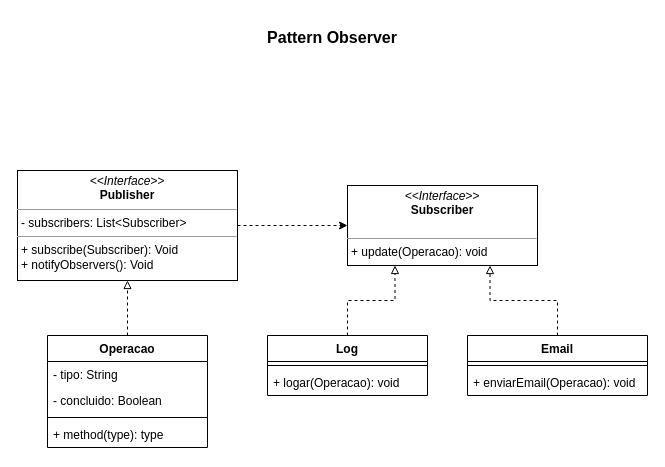
Earlier version of the draw.io diagram page "Pattern" (1 of 2) of Padrões de Pojetos/Documentos/Diagramas/Facade.drawio (hrszanini/bertoti). Source tidied: cells renumbered, new cells numbered last; positions are measured from the earlier drawing's top-left corner, leaving out a move shared by most shapes. Both pictures are drawn from the tidied source at 100%, with x=0, y=0 at pixel (17, 17).
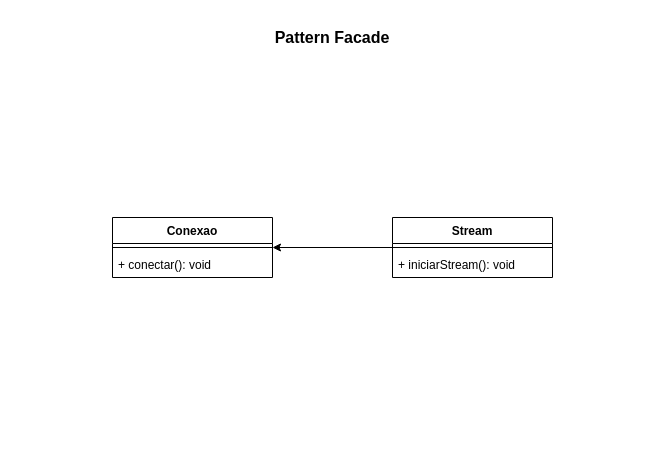
Above is the later version.

What changed in the source:
```diff
@@
 <mxGraphModel>
   <root>
     <mxCell id="0" />
     <mxCell id="1" parent="0" />
-    <mxCell id="2" style="edgeStyle=orthogonalEdgeStyle;rounded=0;jettySize=auto;html=1;endArrow=block;endFill=0;dashed=1;" parent="1" edge="1" source="3" target="9">
-      <mxGeometry relative="1" as="geometry" />
-    </mxCell>
-    <mxCell id="3" value="Operacao" style="swimlane;fontStyle=1;align=center;verticalAlign=top;horizontal=1;startSize=26;" parent="1" vertex="1">
-      <mxGeometry x="30" y="318" width="160" height="112" as="geometry" />
+    <mxCell id="3" value="Conexao" style="swimlane;fontStyle=1;align=center;verticalAlign=top;horizontal=1;startSize=26;" parent="1" vertex="1">
+      <mxGeometry x="95" y="200" width="160" height="60" as="geometry" />
     </mxCell>
-    <mxCell id="4" value="- tipo: String" style="text;strokeColor=none;fillColor=none;align=left;verticalAlign=top;spacingLeft=4;spacingRight=4;overflow=hidden;" parent="3" vertex="1">
-      <mxGeometry y="26" width="160" height="26" as="geometry" />
-    </mxCell>
-    <mxCell id="5" value="- concluido: Boolean" style="text;strokeColor=none;fillColor=none;align=left;verticalAlign=top;spacingLeft=4;spacingRight=4;overflow=hidden;" parent="3" vertex="1">
-      <mxGeometry y="52" width="160" height="26" as="geometry" />
-    </mxCell>
     <mxCell id="6" style="line;strokeWidth=1;fillColor=none;align=left;verticalAlign=middle;spacingTop=-1;spacingLeft=3;spacingRight=3;labelPosition=right;" parent="3" vertex="1">
-      <mxGeometry y="78" width="160" height="8" as="geometry" />
+      <mxGeometry y="26" width="160" height="8" as="geometry" />
     </mxCell>
-    <mxCell id="7" value="+ method(type): type" style="text;strokeColor=none;fillColor=none;align=left;verticalAlign=top;spacingLeft=4;spacingRight=4;overflow=hidden;" parent="3" vertex="1">
-      <mxGeometry y="86" width="160" height="26" as="geometry" />
+    <mxCell id="7" value="+ conectar(): void" style="text;strokeColor=none;fillColor=none;align=left;verticalAlign=top;spacingLeft=4;spacingRight=4;overflow=hidden;" parent="3" vertex="1">
+      <mxGeometry y="34" width="160" height="26" as="geometry" />
     </mxCell>
-    <mxCell id="8" style="edgeStyle=orthogonalEdgeStyle;rounded=0;jettySize=auto;html=1;endArrow=classic;endFill=1;startArrow=none;startFill=0;dashed=1;" parent="1" edge="1" source="9" target="10">
-      <mxGeometry relative="1" as="geometry" />
-    </mxCell>
-    <mxCell id="9" value="&lt;p style=&quot;margin:0px;margin-top:4px;text-align:center;&quot;&gt;&lt;i&gt;&amp;lt;&amp;lt;Interface&amp;gt;&amp;gt;&lt;/i&gt;&lt;br&gt;&lt;b&gt;Publisher&lt;/b&gt;&lt;/p&gt;&lt;hr size=&quot;1&quot;&gt;&lt;p style=&quot;margin:0px;margin-left:4px;&quot;&gt;- subscribers: List&amp;lt;Subscriber&amp;gt;&lt;br&gt;&lt;/p&gt;&lt;hr size=&quot;1&quot;&gt;&lt;p style=&quot;margin:0px;margin-left:4px;&quot;&gt;+ subscribe(Subscriber): Void&lt;br&gt;+ notifyObservers(): Void&lt;/p&gt;" style="verticalAlign=top;align=left;overflow=fill;fontSize=12;fontFamily=Helvetica;html=1;" parent="1" vertex="1">
-      <mxGeometry y="153" width="220" height="110" as="geometry" />
-    </mxCell>
-    <mxCell id="10" value="&lt;p style=&quot;margin:0px;margin-top:4px;text-align:center;&quot;&gt;&lt;i&gt;&amp;lt;&amp;lt;Interface&amp;gt;&amp;gt;&lt;/i&gt;&lt;br&gt;&lt;b&gt;Subscriber&lt;/b&gt;&lt;/p&gt;&lt;p style=&quot;margin:0px;margin-left:4px;&quot;&gt;&lt;br&gt;&lt;/p&gt;&lt;hr size=&quot;1&quot;&gt;&lt;p style=&quot;margin:0px;margin-left:4px;&quot;&gt;+ update(Operacao): void&lt;br&gt;&lt;/p&gt;" style="verticalAlign=top;align=left;overflow=fill;fontSize=12;fontFamily=Helvetica;html=1;" parent="1" vertex="1">
-      <mxGeometry x="330" y="168" width="190" height="80" as="geometry" />
-    </mxCell>
-    <mxCell id="11" style="edgeStyle=orthogonalEdgeStyle;rounded=0;jettySize=auto;html=1;endArrow=block;endFill=0;entryX=0.25;entryY=1;entryDx=0;entryDy=0;dashed=1;" parent="1" edge="1" source="12" target="10">
-      <mxGeometry relative="1" as="geometry" />
-    </mxCell>
+    <mxCell id="20" style="edgeStyle=orthogonalEdgeStyle;rounded=0;jettySize=auto;html=1;" parent="1" edge="1" source="12" target="3">
+      <mxGeometry relative="1" as="geometry" />
+    </mxCell>
-    <mxCell id="12" value="Log" style="swimlane;fontStyle=1;align=center;verticalAlign=top;horizontal=1;startSize=26;" parent="1" vertex="1">
-      <mxGeometry x="250" y="318" width="160" height="60" as="geometry" />
+    <mxCell id="12" value="Stream" style="swimlane;fontStyle=1;align=center;verticalAlign=top;horizontal=1;startSize=26;" parent="1" vertex="1">
+      <mxGeometry x="375" y="200" width="160" height="60" as="geometry" />
     </mxCell>
     <mxCell id="13" style="line;strokeWidth=1;fillColor=none;align=left;verticalAlign=middle;spacingTop=-1;spacingLeft=3;spacingRight=3;labelPosition=right;" parent="12" vertex="1">
       <mxGeometry y="26" width="160" height="8" as="geometry" />
     </mxCell>
-    <mxCell id="14" value="+ logar(Operacao): void" style="text;strokeColor=none;fillColor=none;align=left;verticalAlign=top;spacingLeft=4;spacingRight=4;overflow=hidden;" parent="12" vertex="1">
+    <mxCell id="14" value="+ iniciarStream(): void" style="text;strokeColor=none;fillColor=none;align=left;verticalAlign=top;spacingLeft=4;spacingRight=4;overflow=hidden;" parent="12" vertex="1">
       <mxGeometry y="34" width="160" height="26" as="geometry" />
     </mxCell>
-    <mxCell id="15" style="edgeStyle=orthogonalEdgeStyle;rounded=0;jettySize=auto;html=1;endArrow=block;endFill=0;entryX=0.75;entryY=1;entryDx=0;entryDy=0;dashed=1;" parent="1" edge="1" source="16" target="10">
-      <mxGeometry relative="1" as="geometry" />
-    </mxCell>
-    <mxCell id="16" value="Email" style="swimlane;fontStyle=1;align=center;verticalAlign=top;horizontal=1;startSize=26;" parent="1" vertex="1">
-      <mxGeometry x="450" y="318" width="180" height="60" as="geometry" />
-    </mxCell>
-    <mxCell id="17" style="line;strokeWidth=1;fillColor=none;align=left;verticalAlign=middle;spacingTop=-1;spacingLeft=3;spacingRight=3;labelPosition=right;" parent="16" vertex="1">
-      <mxGeometry y="26" width="180" height="8" as="geometry" />
-    </mxCell>
-    <mxCell id="18" value="+ enviarEmail(Operacao): void" style="text;strokeColor=none;fillColor=none;align=left;verticalAlign=top;spacingLeft=4;spacingRight=4;overflow=hidden;" parent="16" vertex="1">
-      <mxGeometry y="34" width="180" height="26" as="geometry" />
-    </mxCell>
-    <mxCell id="19" value="Pattern Observer" style="text;html=1;strokeColor=none;fillColor=none;align=center;verticalAlign=middle;whiteSpace=wrap;rounded=0;fontStyle=1;fontSize=16;" parent="1" vertex="1">
+    <mxCell id="19" value="Pattern Facade" style="text;html=1;strokeColor=none;fillColor=none;align=center;verticalAlign=middle;whiteSpace=wrap;rounded=0;fontStyle=1;fontSize=16;" parent="1" vertex="1">
       <mxGeometry x="232" width="166" height="40" as="geometry" />
     </mxCell>
   </root>
 </mxGraphModel>
```
